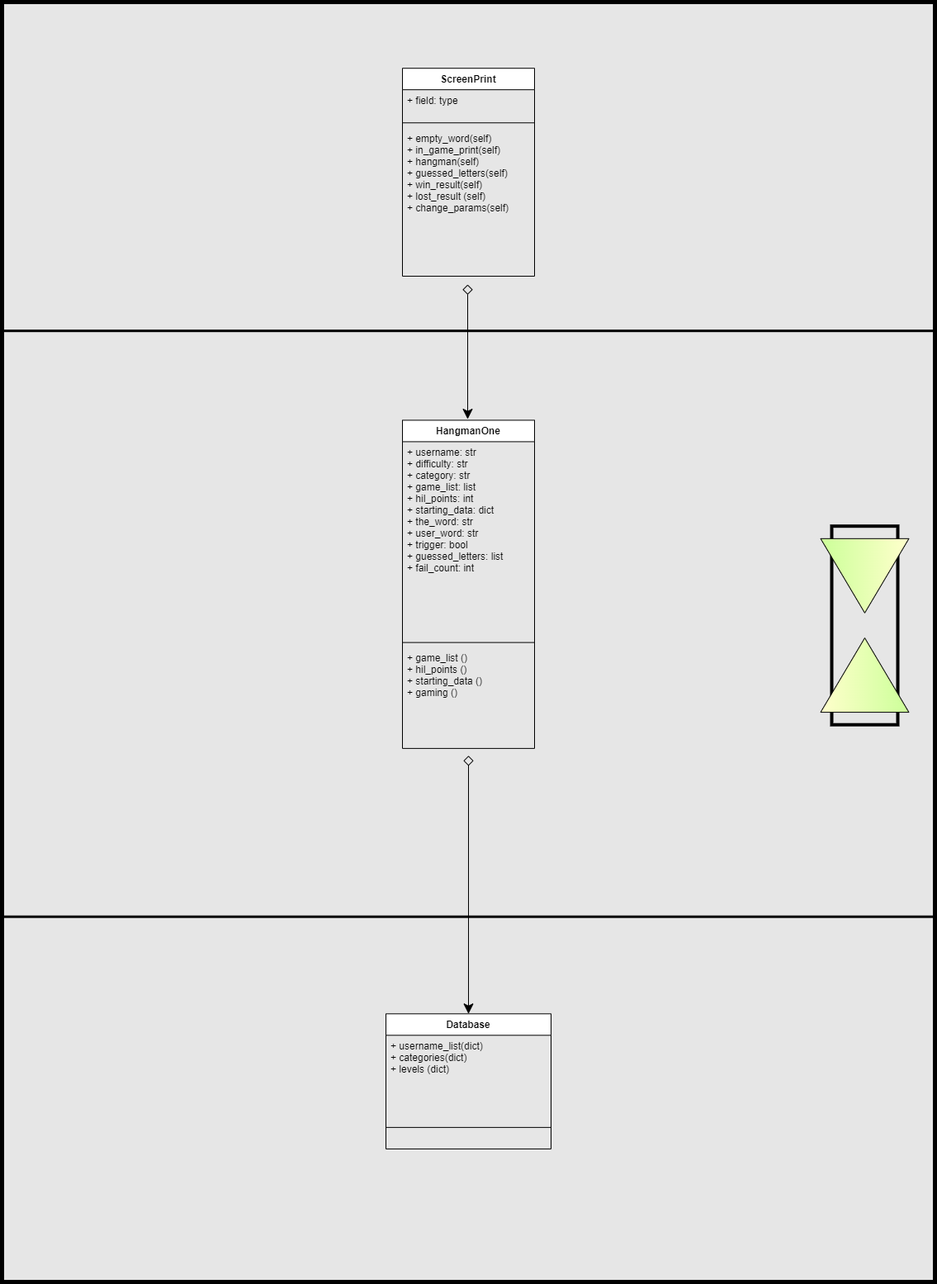
Earlier version of the draw.io export hangman/images/hangman_class_diagram.png (jordrag/Exercises). Source tidied: cells renumbered, new cells last; positions are measured from the earlier drawing's top-left corner, leaving out a move shared by most shapes.
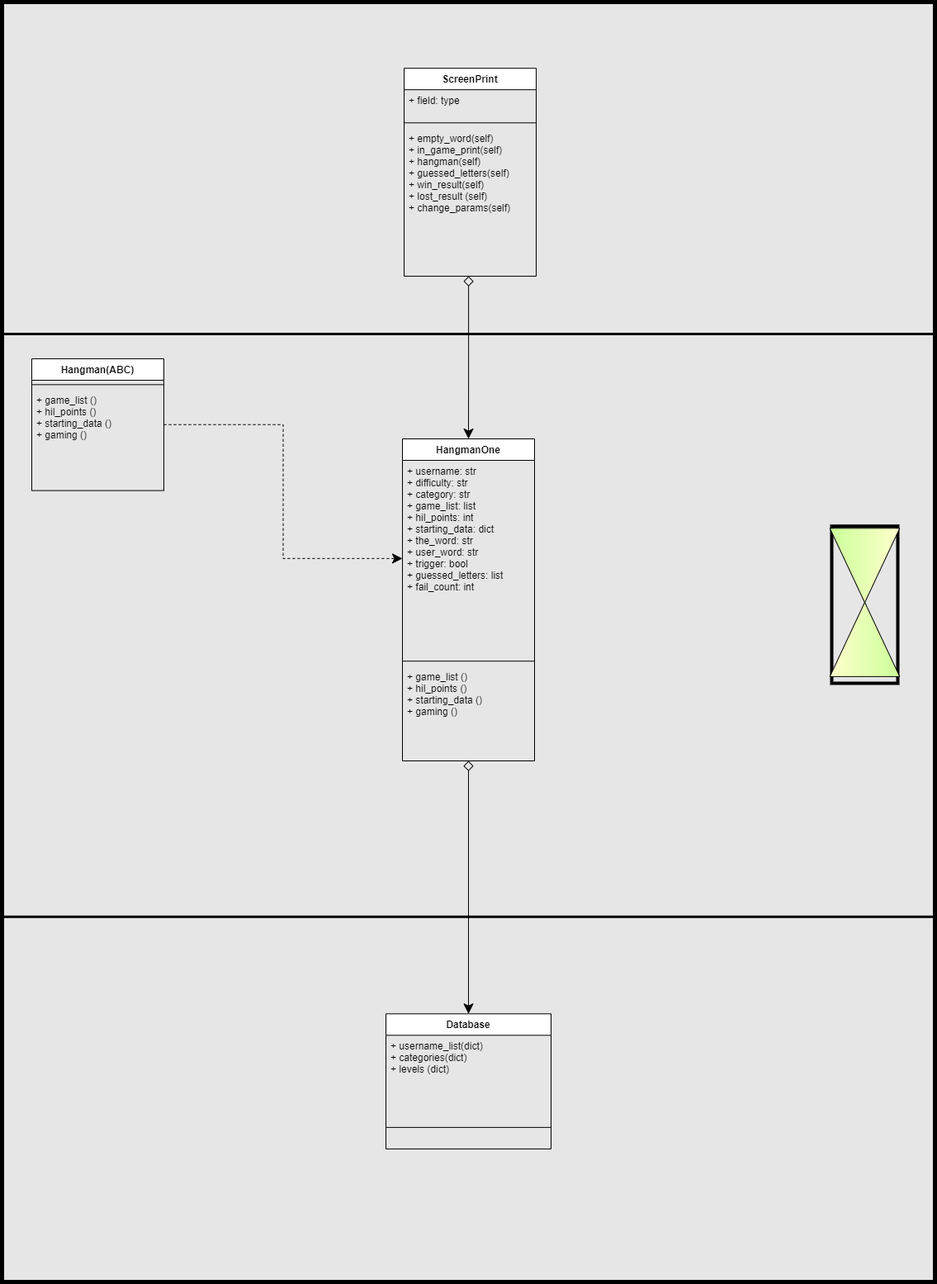
Above is the later version.

Commit message:
Fully working with commands class.

The edit, as a diff of the source:
```diff
@@ -6,16 +6,10 @@
       <mxGeometry width="1130" height="1550" as="geometry" />
     </mxCell>
     <mxCell id="3" style="rounded=0;whiteSpace=wrap;html=1;strokeWidth=3;fillColor=none;" parent="2" vertex="1">
-      <mxGeometry y="398.2" width="1130" height="709.5" as="geometry" />
+      <mxGeometry y="402" width="1130" height="705.8" as="geometry" />
     </mxCell>
-    <mxCell id="4" style="edgeStyle=orthogonalEdgeStyle;rounded=0;orthogonalLoop=1;jettySize=auto;html=1;entryX=0.5;entryY=0;entryDx=0;entryDy=0;startArrow=diamond;startFill=0;targetPerimeterSpacing=10;endSize=10;sourcePerimeterSpacing=10;startSize=10;" parent="2" edge="1">
-      <mxGeometry relative="1" as="geometry">
-        <mxPoint x="564" y="342.1" as="sourcePoint" />
-        <mxPoint x="564" y="505.1" as="targetPoint" />
-      </mxGeometry>
-    </mxCell>
     <mxCell id="5" value="ScreenPrint" style="swimlane;fontStyle=1;align=center;verticalAlign=top;horizontal=1;startSize=26;" parent="2" vertex="1">
-      <mxGeometry x="485" y="80.2" width="160" height="251.8" as="geometry" />
+      <mxGeometry x="487" y="80.2" width="160" height="251.8" as="geometry" />
     </mxCell>
     <mxCell id="6" value="+ field: type" style="text;strokeColor=none;fillColor=none;align=left;verticalAlign=top;spacingLeft=4;spacingRight=4;overflow=hidden;" parent="5" vertex="1">
       <mxGeometry y="26" width="160" height="34.7" as="geometry" />
@@ -27,13 +21,13 @@
       <mxGeometry y="71.4" width="160" height="180.4" as="geometry" />
     </mxCell>
     <mxCell id="9" style="group;fillColor=none;gradientColor=#FFFF00;strokeColor=default;strokeWidth=4;" parent="2" vertex="1">
-      <mxGeometry x="1005" y="634.7" width="80" height="240.5" as="geometry" />
+      <mxGeometry x="1005" y="634.7" width="80" height="190.3" as="geometry" />
     </mxCell>
     <mxCell id="10" style="triangle;whiteSpace=wrap;html=1;rotation=90;gradientColor=#CCFF99;strokeColor=#000000;fillColor=#FFFFCC;" parent="9" vertex="1">
-      <mxGeometry x="-5" y="6.7" width="90" height="106.9" as="geometry" />
+      <mxGeometry x="-5" y="5.3" width="90" height="84.6" as="geometry" />
     </mxCell>
     <mxCell id="11" style="triangle;whiteSpace=wrap;html=1;rotation=90;direction=west;gradientColor=#CCFF99;strokeColor=#000000;fillColor=#FFFFCC;" parent="9" vertex="1">
-      <mxGeometry x="-5" y="126.9" width="90" height="106.9" as="geometry" />
+      <mxGeometry x="-5" y="94.9" width="90" height="84.6" as="geometry" />
     </mxCell>
     <mxCell id="12" value="Database" style="swimlane;fontStyle=1;align=center;verticalAlign=top;horizontal=1;startSize=26;" parent="2" vertex="1">
       <mxGeometry x="465" y="1225.3" width="200" height="163.6" as="geometry" />
@@ -45,7 +39,7 @@
       <mxGeometry y="111.5" width="200" height="52.1" as="geometry" />
     </mxCell>
     <mxCell id="15" value="HangmanOne" style="swimlane;fontStyle=1;align=center;verticalAlign=top;horizontal=1;startSize=26;" parent="2" vertex="1">
-      <mxGeometry x="485" y="506.4" width="160" height="397.5" as="geometry" />
+      <mxGeometry x="485" y="529" width="160" height="390" as="geometry" />
     </mxCell>
     <mxCell id="16" value="+ username: str&#10;+ difficulty: str&#10;+ category: str&#10;+ game_list: list&#10;+ hil_points: int&#10;+ starting_data: dict &#10;+ the_word: str&#10;+ user_word: str&#10;+ trigger: bool&#10;+ guessed_letters: list&#10;+ fail_count: int" style="text;strokeColor=none;fillColor=none;align=left;verticalAlign=top;spacingLeft=4;spacingRight=4;overflow=hidden;points=[[0,0.5],[1,0.5]];portConstraint=eastwest;" parent="15" vertex="1">
       <mxGeometry y="26" width="160" height="237.8" as="geometry" />
@@ -54,12 +48,33 @@
       <mxGeometry y="263.8" width="160" height="10.7" as="geometry" />
     </mxCell>
     <mxCell id="18" value="+ game_list ()&#10;+ hil_points ()&#10;+ starting_data ()&#10;+ gaming ()" style="text;strokeColor=none;fillColor=none;align=left;verticalAlign=top;spacingLeft=4;spacingRight=4;overflow=hidden;" parent="15" vertex="1">
-      <mxGeometry y="274.5" width="160" height="122.9" as="geometry" />
+      <mxGeometry y="274.5" width="160" height="115.5" as="geometry" />
     </mxCell>
-    <mxCell id="19" style="edgeStyle=orthogonalEdgeStyle;rounded=0;jettySize=auto;html=1;entryX=0.5;entryY=0;entryDx=0;entryDy=0;startArrow=diamond;startFill=0;targetPerimeterSpacing=10;endSize=10;sourcePerimeterSpacing=10;startSize=10;" parent="2" edge="1" target="12">
-      <mxGeometry relative="1" as="geometry">
-        <mxPoint x="565" y="912.6" as="sourcePoint" />
-      </mxGeometry>
-    </mxCell>
+    <mxCell id="20" style="edgeStyle=orthogonalEdgeStyle;rounded=0;jettySize=auto;html=1;" parent="2" edge="1" source="22" target="3">
+      <mxGeometry relative="1" as="geometry">
+        <Array as="points">
+          <mxPoint x="229" y="723" />
+          <mxPoint x="229" y="723" />
+        </Array>
+      </mxGeometry>
+    </mxCell>
+    <mxCell id="21" style="edgeStyle=orthogonalEdgeStyle;rounded=0;jettySize=auto;html=1;startArrow=none;startFill=0;startSize=10;endSize=10;entryX=0;entryY=0.5;entryDx=0;entryDy=0;dashed=1;" parent="2" edge="1" source="22" target="16">
+      <mxGeometry relative="1" as="geometry" />
+    </mxCell>
+    <mxCell id="22" value="Hangman(ABC)" style="swimlane;fontStyle=1;align=center;verticalAlign=top;horizontal=1;startSize=26;" parent="2" vertex="1">
+      <mxGeometry x="36" y="432" width="160" height="159.6" as="geometry" />
+    </mxCell>
+    <mxCell id="23" style="line;strokeWidth=1;fillColor=none;align=left;verticalAlign=middle;spacingTop=-1;spacingLeft=3;spacingRight=3;labelPosition=right;strokeColor=inherit;" parent="22" vertex="1">
+      <mxGeometry y="26" width="160" height="10.7" as="geometry" />
+    </mxCell>
+    <mxCell id="24" value="+ game_list ()&#10;+ hil_points ()&#10;+ starting_data ()&#10;+ gaming ()" style="text;strokeColor=none;fillColor=none;align=left;verticalAlign=top;spacingLeft=4;spacingRight=4;overflow=hidden;" parent="22" vertex="1">
+      <mxGeometry y="36.7" width="160" height="122.9" as="geometry" />
+    </mxCell>
+    <mxCell id="25" style="edgeStyle=orthogonalEdgeStyle;rounded=0;jettySize=auto;html=1;exitX=0.488;exitY=1;exitDx=0;exitDy=0;entryX=0.5;entryY=0;entryDx=0;entryDy=0;exitPerimeter=0;startArrow=diamond;startFill=0;endSize=10;startSize=10;" parent="2" edge="1" source="8" target="15">
+      <mxGeometry relative="1" as="geometry" />
+    </mxCell>
+    <mxCell id="26" style="edgeStyle=orthogonalEdgeStyle;rounded=0;jettySize=auto;html=1;startArrow=diamond;startFill=0;startSize=10;endSize=10;entryX=0.5;entryY=0;entryDx=0;entryDy=0;" parent="2" edge="1" source="15" target="12">
+      <mxGeometry relative="1" as="geometry" />
+    </mxCell>
   </root>
 </mxGraphModel>
```
